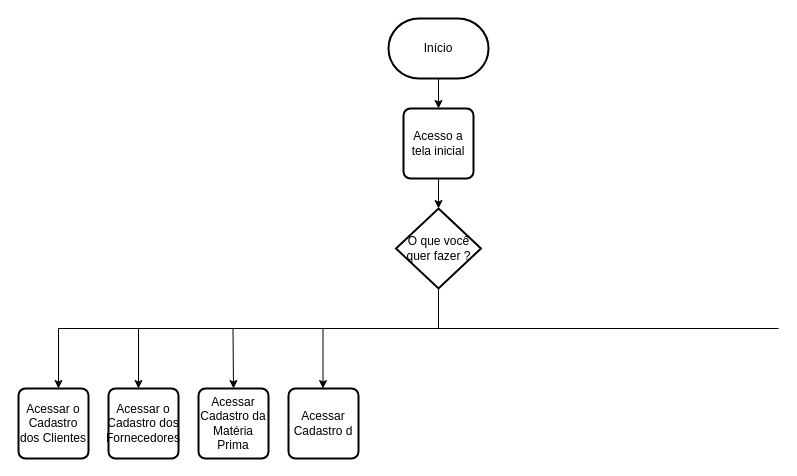
Above: page "Página-4" (1 of 6) of DOC/Fluxograma.drawio in GuilhermeIgarashi7/avatar-Fluxograma (draw.io), before the change. Source tidied: cells renumbered, new cells numbered last; positions are measured from the earlier drawing's top-left corner, leaving out a move shared by most shapes. Both pictures are drawn from the tidied source at 100%, with x=0, y=0 at pixel (18, 18).
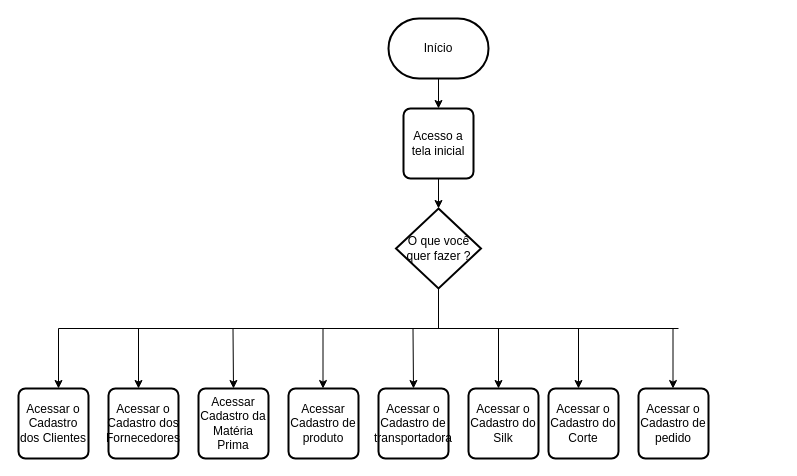
After the change.

The edit, as a diff of the source:
```diff
@@
     <mxCell id="8" style="endArrow=none;html=1;rounded=0;" parent="1" edge="1">
       <mxGeometry relative="1" as="geometry">
         <mxPoint x="40" y="310" as="sourcePoint" />
-        <mxPoint x="760" y="310" as="targetPoint" />
+        <mxPoint x="660" y="310" as="targetPoint" />
       </mxGeometry>
     </mxCell>
@@
-    <mxCell id="16" value="Acessar Cadastro d" style="rounded=1;whiteSpace=wrap;html=1;absoluteArcSize=1;arcSize=14;strokeWidth=2;" parent="1" vertex="1">
+    <mxCell id="16" value="Acessar Cadastro de produto" style="rounded=1;whiteSpace=wrap;html=1;absoluteArcSize=1;arcSize=14;strokeWidth=2;" parent="1" vertex="1">
       <mxGeometry x="270" y="370" width="70" height="70" as="geometry" />
     </mxCell>
+    <mxCell id="17" style="endArrow=classic;html=1;rounded=0;entryX=0.5;entryY=0;entryDx=0;entryDy=0;" parent="1" edge="1" target="18">
+      <mxGeometry relative="1" as="geometry">
+        <mxPoint x="394.5" y="310" as="sourcePoint" />
+      </mxGeometry>
+    </mxCell>
+    <mxCell id="18" value="Acessar o Cadastro de transportadora" style="rounded=1;whiteSpace=wrap;html=1;absoluteArcSize=1;arcSize=14;strokeWidth=2;" parent="1" vertex="1">
+      <mxGeometry x="360" y="370" width="70" height="70" as="geometry" />
+    </mxCell>
+    <mxCell id="19" style="endArrow=classic;html=1;rounded=0;" parent="1" edge="1">
+      <mxGeometry relative="1" as="geometry">
+        <mxPoint x="480" y="310" as="sourcePoint" />
+        <mxPoint x="480" y="370" as="targetPoint" />
+      </mxGeometry>
+    </mxCell>
+    <mxCell id="20" value="Acessar o Cadastro do Silk" style="rounded=1;whiteSpace=wrap;html=1;absoluteArcSize=1;arcSize=14;strokeWidth=2;" parent="1" vertex="1">
+      <mxGeometry x="450" y="370" width="70" height="70" as="geometry" />
+    </mxCell>
+    <mxCell id="21" style="endArrow=classic;html=1;rounded=0;" parent="1" edge="1">
+      <mxGeometry relative="1" as="geometry">
+        <mxPoint x="560" y="310" as="sourcePoint" />
+        <mxPoint x="560" y="370" as="targetPoint" />
+      </mxGeometry>
+    </mxCell>
+    <mxCell id="22" value="Acessar o Cadastro do Corte" style="rounded=1;whiteSpace=wrap;html=1;absoluteArcSize=1;arcSize=14;strokeWidth=2;" parent="1" vertex="1">
+      <mxGeometry x="530" y="370" width="70" height="70" as="geometry" />
+    </mxCell>
+    <mxCell id="23" style="endArrow=classic;html=1;rounded=0;" parent="1" edge="1">
+      <mxGeometry relative="1" as="geometry">
+        <mxPoint x="654.5" y="310" as="sourcePoint" />
+        <mxPoint x="654.5" y="370" as="targetPoint" />
+      </mxGeometry>
+    </mxCell>
+    <mxCell id="24" value="Acessar o Cadastro de pedido" style="rounded=1;whiteSpace=wrap;html=1;absoluteArcSize=1;arcSize=14;strokeWidth=2;" parent="1" vertex="1">
+      <mxGeometry x="620" y="370" width="70" height="70" as="geometry" />
+    </mxCell>
```
